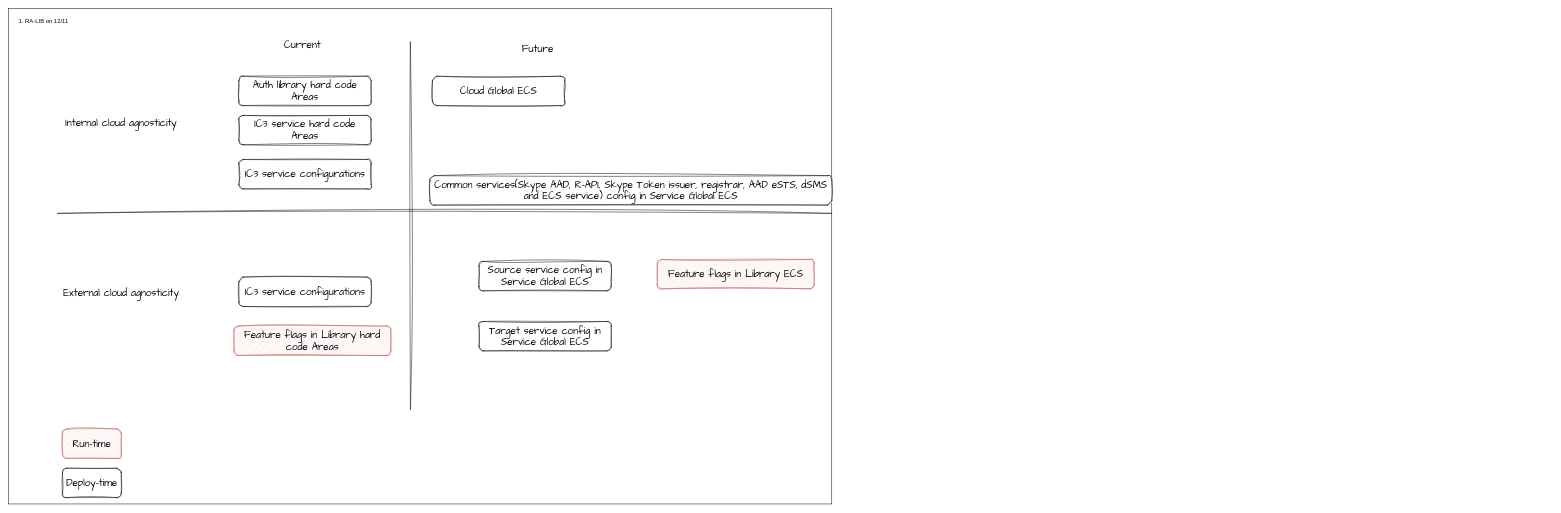
Earlier version of the draw.io diagram page "RA-LIB Overview" (7 of 11) of buildout.drawio (nonly/timewheel). Source tidied: cells renumbered, new cells numbered last; positions are measured from the earlier drawing's top-left corner, leaving out a move shared by most shapes. Both pictures are drawn from the tidied source at 49%, with x=0, y=0 at pixel (8, 8).
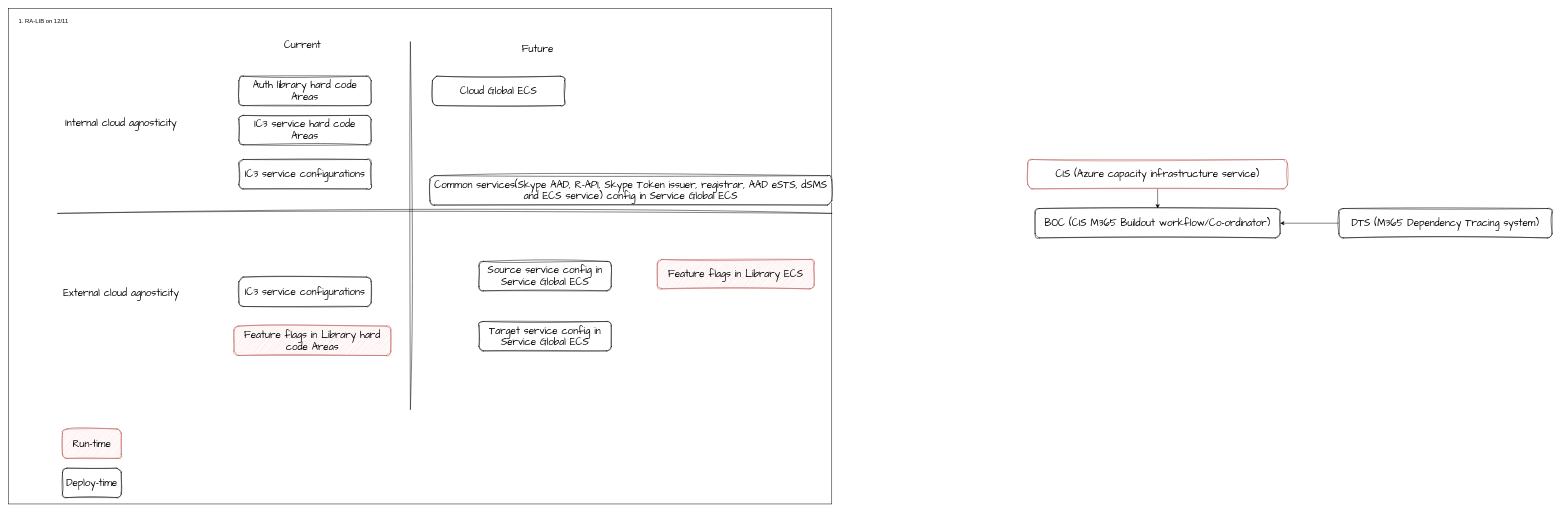
Above is the later version.

Diff of the diagram source:
```diff
@@
+    <mxCell id="22" value="CIS (Azure capacity infrastructure service)" style="rounded=1;whiteSpace=wrap;html=1;sketch=1;hachureGap=4;jiggle=2;curveFitting=1;fontFamily=Architects Daughter;fontSize=20;fillColor=#FFFFFF;strokeColor=#b85450;" parent="1" vertex="1">
+      <mxGeometry x="2080" y="308" width="530" height="60" as="geometry" />
+    </mxCell>
+    <mxCell id="23" value="BOC (CIS M365 Buildout workflow/Co-ordinator)" style="rounded=1;whiteSpace=wrap;html=1;sketch=1;hachureGap=4;jiggle=2;curveFitting=1;fontFamily=Architects Daughter;fontSize=20;" parent="1" vertex="1">
+      <mxGeometry x="2095" y="408" width="500" height="60" as="geometry" />
+    </mxCell>
+    <mxCell id="24" style="endArrow=classic;html=1;rounded=0;exitX=0.5;exitY=1;exitDx=0;exitDy=0;entryX=0.5;entryY=0;entryDx=0;entryDy=0;" parent="1" edge="1" source="22" target="23">
+      <mxGeometry relative="1" as="geometry" />
+    </mxCell>
+    <mxCell id="25" value="DTS (M365 Dependency Tracing system)" style="rounded=1;whiteSpace=wrap;html=1;sketch=1;hachureGap=4;jiggle=2;curveFitting=1;fontFamily=Architects Daughter;fontSize=20;" parent="1" vertex="1">
+      <mxGeometry x="2715" y="408" width="435" height="60" as="geometry" />
+    </mxCell>
+    <mxCell id="26" style="endArrow=classic;html=1;rounded=0;entryX=1;entryY=0.5;entryDx=0;entryDy=0;exitX=0;exitY=0.5;exitDx=0;exitDy=0;" parent="1" edge="1" source="25" target="23">
+      <mxGeometry relative="1" as="geometry" />
+    </mxCell>
```
